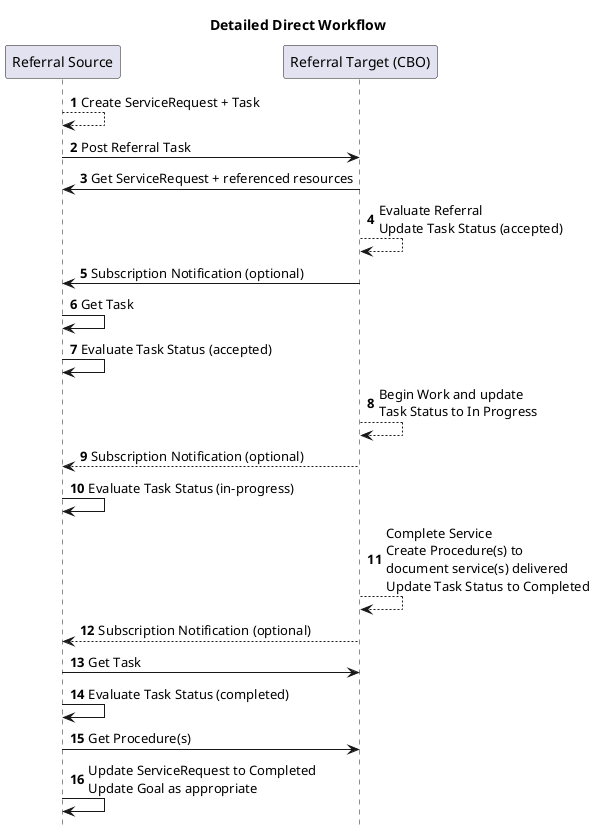
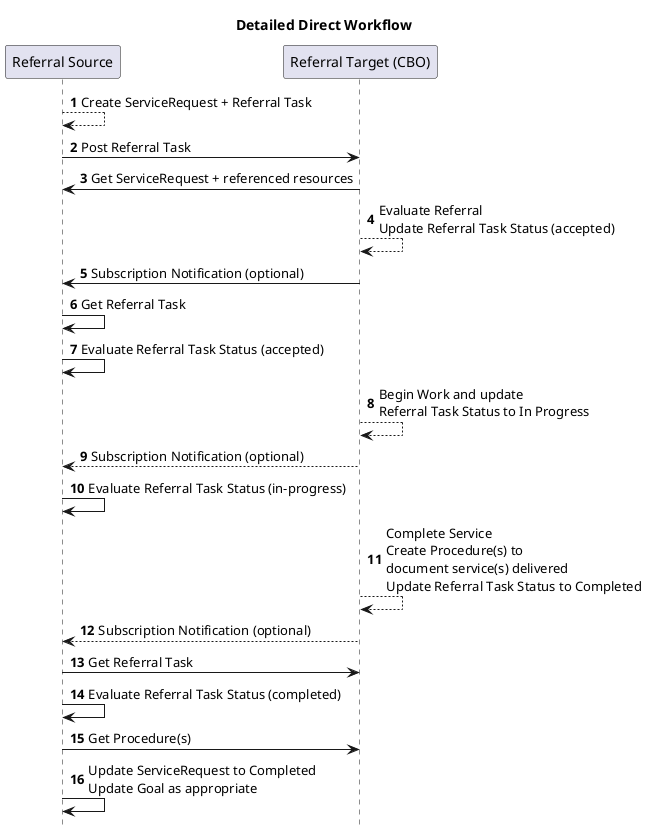
@startuml
/'!theme bluegray'/
title Detailed Direct Workflow

participant "Referral Source" as A
participant "Referral Target (CBO)" as B

autonumber
- A --> A : Create ServiceRequest + Task
+ A --> A : Create ServiceRequest + Referral Task
A -> B : Post Referral Task

B -> A : Get ServiceRequest + referenced resources
- B --> B : Evaluate Referral\nUpdate Task Status (accepted)
+ B --> B : Evaluate Referral\nUpdate Referral Task Status (accepted)
B -> A : Subscription Notification (optional)
- A -> A : Get Task
- A -> A : Evaluate Task Status (accepted)
- B --> B : Begin Work and update\nTask Status to In Progress
+ A -> A : Get Referral Task
+ A -> A : Evaluate Referral Task Status (accepted)
+ B --> B : Begin Work and update\nReferral Task Status to In Progress
B --> A : Subscription Notification (optional)
- A -> A : Evaluate Task Status (in-progress)
- B --> B : Complete Service\nCreate Procedure(s) to\ndocument service(s) delivered\nUpdate Task Status to Completed
+ A -> A : Evaluate Referral Task Status (in-progress)
+ B --> B : Complete Service\nCreate Procedure(s) to\ndocument service(s) delivered\nUpdate Referral Task Status to Completed
B --> A : Subscription Notification (optional)
- A -> B : Get Task
- A -> A : Evaluate Task Status (completed)
+ A -> B : Get Referral Task
+ A -> A : Evaluate Referral Task Status (completed)
A -> B : Get Procedure(s)
A -> A : Update ServiceRequest to Completed\nUpdate Goal as appropriate
hide footbox
@enduml